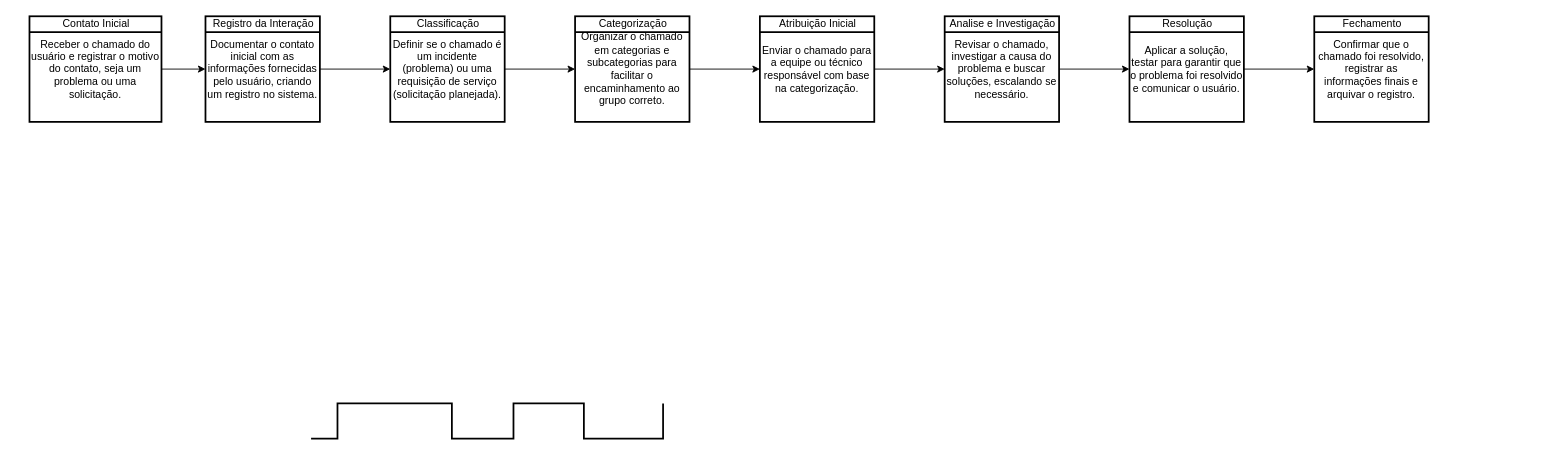
Above: Diagrama sem nome.drawio in dfonsecafoz/ProjetoLEAN (draw.io), before the change. Source tidied: cells renumbered, new cells numbered last; positions are measured from the earlier drawing's top-left corner, leaving out a move shared by most shapes. Both pictures are drawn from the tidied source at 88%, with x=0, y=0 at pixel (29, 16).
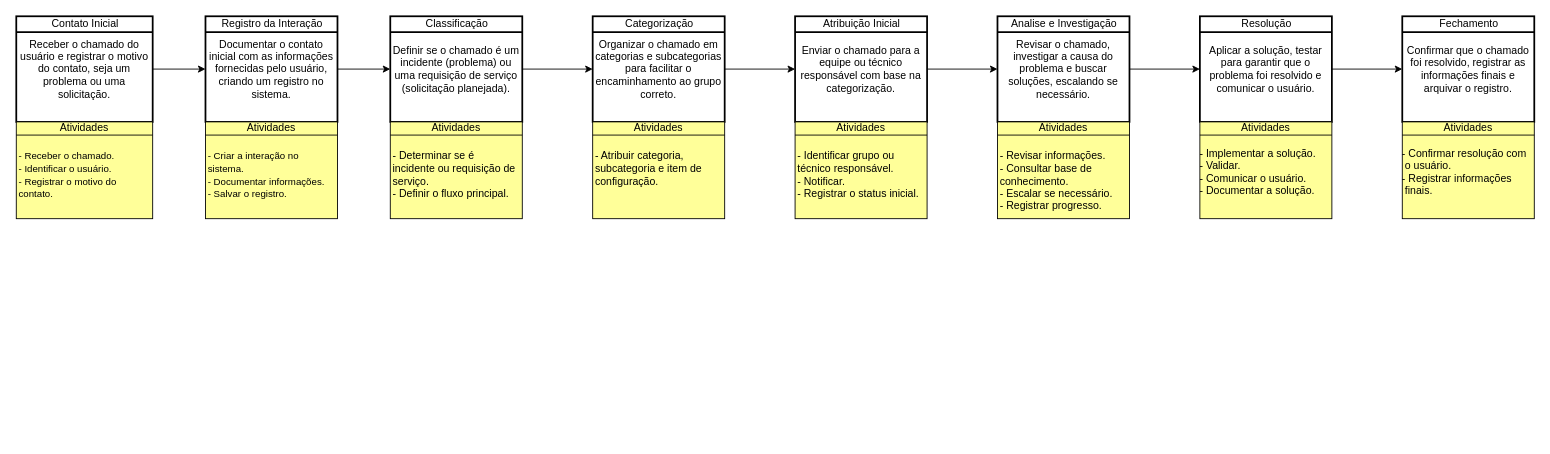
The same diagram, later.

The edit, as a diff of the source:
```diff
@@
     <mxCell id="3" value="Receber o chamado do usuário e registrar o motivo do contato, seja um problema ou uma solicitação." style="strokeWidth=2;html=1;shape=mxgraph.lean_mapping.manufacturing_process;fontSize=12;verticalAlign=middle;html=1;align=center;whiteSpace=wrap;" parent="1" vertex="1">
-      <mxGeometry width="150" height="120" as="geometry" />
+      <mxGeometry x="-15" width="155" height="120" as="geometry" />
     </mxCell>
     <mxCell id="4" value="Contato Inicial" style="text;fontSize=12;spacingLeft=2;verticalAlign=top;html=1;align=center;spacingTop=-5;whiteSpace=wrap;" parent="3" vertex="1">
-      <mxGeometry width="150" height="22.3" as="geometry" />
+      <mxGeometry width="155" height="22.3" as="geometry" />
     </mxCell>
-    <mxCell id="5" style="verticalLabelPosition=bottom;html=1;verticalAlign=top;strokeWidth=2;shape=mxgraph.lean_mapping.timeline2;dx1=0;dy1=1;dx2=30;dy2=0;dx3=160;dy3=1;dx4=230;dy4=0;dx5=310;dy5=1;dy6=0;" parent="1" vertex="1">
-      <mxGeometry x="320" y="440" width="400" height="40" as="geometry" />
-    </mxCell>
@@
     <mxCell id="7" value="Documentar o contato inicial com as informações fornecidas pelo usuário, criando um registro no sistema." style="strokeWidth=2;html=1;shape=mxgraph.lean_mapping.manufacturing_process;fontSize=12;verticalAlign=middle;html=1;align=center;whiteSpace=wrap;" parent="1" vertex="1">
-      <mxGeometry x="200" width="130" height="120" as="geometry" />
+      <mxGeometry x="200" width="150" height="120" as="geometry" />
     </mxCell>
     <mxCell id="8" value="Registro da Interação" style="text;fontSize=12;spacingLeft=2;verticalAlign=top;html=1;align=center;spacingTop=-5;whiteSpace=wrap;" parent="7" vertex="1">
-      <mxGeometry width="130" height="22.3" as="geometry" />
+      <mxGeometry width="150" height="22.3" as="geometry" />
     </mxCell>
@@
     <mxCell id="10" value="Definir se o chamado é um incidente (problema) ou uma requisição de serviço (solicitação planejada)." style="strokeWidth=2;html=1;shape=mxgraph.lean_mapping.manufacturing_process;fontSize=12;verticalAlign=middle;html=1;align=center;whiteSpace=wrap;" parent="1" vertex="1">
-      <mxGeometry x="410" width="130" height="120" as="geometry" />
+      <mxGeometry x="410" width="150" height="120" as="geometry" />
     </mxCell>
     <mxCell id="11" value="Classificação" style="text;fontSize=12;spacingLeft=2;verticalAlign=top;html=1;align=center;spacingTop=-5;whiteSpace=wrap;" parent="10" vertex="1">
-      <mxGeometry width="130" height="22.3" as="geometry" />
+      <mxGeometry width="150" height="22.3" as="geometry" />
     </mxCell>
@@
     <mxCell id="13" value="Organizar o chamado em categorias e subcategorias para facilitar o encaminhamento ao grupo correto." style="strokeWidth=2;html=1;shape=mxgraph.lean_mapping.manufacturing_process;fontSize=12;verticalAlign=middle;html=1;align=center;whiteSpace=wrap;" parent="1" vertex="1">
-      <mxGeometry x="620" width="130" height="120" as="geometry" />
+      <mxGeometry x="640" width="150" height="120" as="geometry" />
     </mxCell>
     <mxCell id="14" value="Categorização" style="text;fontSize=12;spacingLeft=2;verticalAlign=top;html=1;align=center;spacingTop=-5;whiteSpace=wrap;" parent="13" vertex="1">
-      <mxGeometry width="130" height="22.3" as="geometry" />
+      <mxGeometry width="150" height="22.3" as="geometry" />
     </mxCell>
@@
     <mxCell id="16" value="&lt;p&gt;Enviar o chamado para a equipe ou técnico responsável com base na categorização.&lt;/p&gt;" style="strokeWidth=2;html=1;shape=mxgraph.lean_mapping.manufacturing_process;fontSize=12;verticalAlign=middle;html=1;align=center;whiteSpace=wrap;" parent="1" vertex="1">
-      <mxGeometry x="830" width="130" height="120" as="geometry" />
+      <mxGeometry x="870" width="150" height="120" as="geometry" />
     </mxCell>
     <mxCell id="17" value="Atribuição Inicial&lt;div&gt;&lt;br&gt;&lt;/div&gt;" style="text;fontSize=12;spacingLeft=2;verticalAlign=top;html=1;align=center;spacingTop=-5;whiteSpace=wrap;" parent="16" vertex="1">
-      <mxGeometry width="130" height="22.3" as="geometry" />
+      <mxGeometry width="150" height="22.3" as="geometry" />
     </mxCell>
@@
     <mxCell id="19" value="Revisar o chamado, investigar a causa do problema e buscar soluções, escalando se necessário." style="strokeWidth=2;html=1;shape=mxgraph.lean_mapping.manufacturing_process;fontSize=12;verticalAlign=middle;html=1;align=center;whiteSpace=wrap;" parent="1" vertex="1">
-      <mxGeometry x="1040" width="130" height="120" as="geometry" />
+      <mxGeometry x="1100" width="150" height="120" as="geometry" />
     </mxCell>
     <mxCell id="20" value="&lt;div&gt;Analise e Investigação&lt;/div&gt;" style="text;fontSize=12;spacingLeft=2;verticalAlign=top;html=1;align=center;spacingTop=-5;whiteSpace=wrap;" parent="19" vertex="1">
-      <mxGeometry width="130" height="22.3" as="geometry" />
+      <mxGeometry width="150" height="22.3" as="geometry" />
     </mxCell>
@@
     <mxCell id="22" value="Aplicar a solução, testar para garantir que o problema foi resolvido e comunicar o usuário." style="strokeWidth=2;html=1;shape=mxgraph.lean_mapping.manufacturing_process;fontSize=12;verticalAlign=middle;html=1;align=center;whiteSpace=wrap;" parent="1" vertex="1">
-      <mxGeometry x="1250" width="130" height="120" as="geometry" />
+      <mxGeometry x="1330" width="150" height="120" as="geometry" />
     </mxCell>
     <mxCell id="23" value="&lt;div&gt;Resolução&lt;/div&gt;" style="text;fontSize=12;spacingLeft=2;verticalAlign=top;html=1;align=center;spacingTop=-5;whiteSpace=wrap;" parent="22" vertex="1">
-      <mxGeometry width="130" height="22.3" as="geometry" />
+      <mxGeometry width="150" height="22.3" as="geometry" />
     </mxCell>
     <mxCell id="24" value="Confirmar que o chamado foi resolvido, registrar as informações finais e arquivar o registro." style="strokeWidth=2;html=1;shape=mxgraph.lean_mapping.manufacturing_process;fontSize=12;verticalAlign=middle;html=1;align=center;whiteSpace=wrap;" parent="1" vertex="1">
-      <mxGeometry x="1460" width="130" height="120" as="geometry" />
+      <mxGeometry x="1560" width="150" height="120" as="geometry" />
     </mxCell>
     <mxCell id="25" value="&lt;div&gt;Fechamento&lt;/div&gt;" style="text;fontSize=12;spacingLeft=2;verticalAlign=top;html=1;align=center;spacingTop=-5;whiteSpace=wrap;" parent="24" vertex="1">
-      <mxGeometry width="130" height="22.3" as="geometry" />
+      <mxGeometry width="150" height="22.3" as="geometry" />
     </mxCell>
+    <mxCell id="26" value="Atividades&lt;br&gt;&lt;div&gt;&lt;br&gt;&lt;/div&gt;&lt;table style=&quot;text-align: left;&quot;&gt;&lt;tbody&gt;&lt;tr&gt;&lt;td&gt;&lt;div style=&quot;text-align: left;&quot;&gt;&lt;font style=&quot;font-size: 11px;&quot;&gt;&lt;span style=&quot;background-color: initial;&quot;&gt;- Criar a interação no sistema.&lt;br&gt;&lt;/span&gt;&lt;span style=&quot;background-color: initial;&quot;&gt;- Documentar informações.&lt;br&gt;&lt;/span&gt;&lt;/font&gt;&lt;span style=&quot;font-size: 11px; background-color: initial;&quot;&gt;- Salvar o registro.&lt;/span&gt;&lt;/div&gt;&lt;/td&gt;&lt;/tr&gt;&lt;/tbody&gt;&lt;/table&gt;&lt;table style=&quot;text-align: left;&quot;&gt;&lt;tbody&gt;&lt;tr&gt;&lt;td&gt;&lt;/td&gt;&lt;/tr&gt;&lt;/tbody&gt;&lt;/table&gt;" style="html=1;whiteSpace=wrap;fillColor=#ffff99;shape=mxgraph.archimate3.businessObject;overflow=fill;align=center;" parent="1" vertex="1">
+      <mxGeometry x="200" y="120" width="150" height="110" as="geometry" />
+    </mxCell>
+    <mxCell id="27" value="Atividades&lt;br&gt;&lt;div&gt;&lt;br&gt;&lt;/div&gt;&lt;table style=&quot;text-align: left;&quot;&gt;&lt;tbody&gt;&lt;tr&gt;&lt;td&gt;&lt;div style=&quot;text-align: left;&quot;&gt;&lt;font style=&quot;&quot;&gt;&lt;span style=&quot;background-color: initial;&quot;&gt;&lt;span style=&quot;font-size: 11px;&quot;&gt;- Receber o chamado.&lt;/span&gt;&lt;/span&gt;&lt;/font&gt;&lt;/div&gt;&lt;div style=&quot;text-align: left;&quot;&gt;&lt;font style=&quot;&quot;&gt;&lt;span style=&quot;background-color: initial;&quot;&gt;&lt;span style=&quot;font-size: 11px;&quot;&gt;- Identificar o usuário.&lt;br&gt;- Registrar o motivo do contato.&lt;/span&gt;&lt;/span&gt;&lt;/font&gt;&lt;/div&gt;&lt;/td&gt;&lt;/tr&gt;&lt;/tbody&gt;&lt;/table&gt;" style="html=1;whiteSpace=wrap;fillColor=#ffff99;shape=mxgraph.archimate3.businessObject;overflow=fill;align=center;" parent="1" vertex="1">
+      <mxGeometry x="-15" y="120" width="155" height="110" as="geometry" />
+    </mxCell>
+    <mxCell id="28" value="Atividades&lt;br&gt;&lt;div&gt;&lt;br&gt;&lt;/div&gt;&lt;table style=&quot;text-align: left;&quot;&gt;&lt;tbody&gt;&lt;tr&gt;&lt;td&gt;&lt;div style=&quot;text-align: left;&quot;&gt;&lt;div&gt;- Determinar se é incidente ou requisição de serviço.&lt;br&gt;- Definir o fluxo principal.&lt;/div&gt;&lt;div&gt;&lt;br&gt;&lt;/div&gt;&lt;/div&gt;&lt;/td&gt;&lt;/tr&gt;&lt;/tbody&gt;&lt;/table&gt;&lt;table style=&quot;text-align: left;&quot;&gt;&lt;tbody&gt;&lt;tr&gt;&lt;td&gt;&lt;/td&gt;&lt;/tr&gt;&lt;/tbody&gt;&lt;/table&gt;" style="html=1;whiteSpace=wrap;fillColor=#ffff99;shape=mxgraph.archimate3.businessObject;overflow=fill;align=center;" parent="1" vertex="1">
+      <mxGeometry x="410" y="120" width="150" height="110" as="geometry" />
+    </mxCell>
+    <mxCell id="29" value="Atividades&lt;br&gt;&lt;div&gt;&lt;br&gt;&lt;/div&gt;&lt;table style=&quot;text-align: left;&quot;&gt;&lt;tbody&gt;&lt;tr&gt;&lt;td&gt;&lt;div style=&quot;text-align: left;&quot;&gt;&lt;div&gt;- Atribuir categoria, subcategoria e item de configuração.&lt;/div&gt;&lt;div&gt;&lt;br&gt;&lt;/div&gt;&lt;/div&gt;&lt;/td&gt;&lt;/tr&gt;&lt;/tbody&gt;&lt;/table&gt;&lt;table style=&quot;text-align: left;&quot;&gt;&lt;tbody&gt;&lt;tr&gt;&lt;td&gt;&lt;/td&gt;&lt;/tr&gt;&lt;/tbody&gt;&lt;/table&gt;" style="html=1;whiteSpace=wrap;fillColor=#ffff99;shape=mxgraph.archimate3.businessObject;overflow=fill;align=center;" parent="1" vertex="1">
+      <mxGeometry x="640" y="120" width="150" height="110" as="geometry" />
+    </mxCell>
+    <mxCell id="30" value="Atividades&lt;br&gt;&lt;div&gt;&lt;br&gt;&lt;/div&gt;&lt;table style=&quot;text-align: left;&quot;&gt;&lt;tbody&gt;&lt;tr&gt;&lt;td&gt;&lt;div style=&quot;text-align: left;&quot;&gt;&lt;div&gt;&lt;div&gt;- Identificar grupo ou técnico responsável.&lt;br&gt;- Notificar.&lt;br&gt;- Registrar o status inicial.&lt;/div&gt;&lt;/div&gt;&lt;div&gt;&lt;br&gt;&lt;/div&gt;&lt;/div&gt;&lt;/td&gt;&lt;/tr&gt;&lt;/tbody&gt;&lt;/table&gt;&lt;table style=&quot;text-align: left;&quot;&gt;&lt;tbody&gt;&lt;tr&gt;&lt;td&gt;&lt;/td&gt;&lt;/tr&gt;&lt;/tbody&gt;&lt;/table&gt;" style="html=1;whiteSpace=wrap;fillColor=#ffff99;shape=mxgraph.archimate3.businessObject;overflow=fill;align=center;" parent="1" vertex="1">
+      <mxGeometry x="870" y="120" width="150" height="110" as="geometry" />
+    </mxCell>
+    <mxCell id="31" value="Atividades&lt;br&gt;&lt;div&gt;&lt;br&gt;&lt;/div&gt;&lt;table style=&quot;text-align: left;&quot;&gt;&lt;tbody&gt;&lt;tr&gt;&lt;td&gt;&lt;div style=&quot;text-align: left;&quot;&gt;- Revisar informações.&lt;br&gt;- Consultar base de conhecimento.&lt;br&gt;- Escalar se necessário.&lt;br&gt;- Registrar progresso.&lt;/div&gt;&lt;/td&gt;&lt;/tr&gt;&lt;/tbody&gt;&lt;/table&gt;" style="html=1;whiteSpace=wrap;fillColor=#ffff99;shape=mxgraph.archimate3.businessObject;overflow=fill;align=center;" parent="1" vertex="1">
+      <mxGeometry x="1100" y="120" width="150" height="110" as="geometry" />
+    </mxCell>
+    <mxCell id="32" value="Atividades&lt;br&gt;&lt;div&gt;&lt;br&gt;&lt;/div&gt;&lt;div style=&quot;text-align: left;&quot;&gt;- Implementar a solução.&lt;/div&gt;&lt;div style=&quot;text-align: left;&quot;&gt;- Validar.&lt;/div&gt;&lt;div style=&quot;text-align: left;&quot;&gt;- Comunicar o usuário.&lt;/div&gt;&lt;div style=&quot;text-align: left;&quot;&gt;- Documentar a solução.&lt;/div&gt;" style="html=1;whiteSpace=wrap;fillColor=#ffff99;shape=mxgraph.archimate3.businessObject;overflow=fill;align=center;" parent="1" vertex="1">
+      <mxGeometry x="1330" y="120" width="150" height="110" as="geometry" />
+    </mxCell>
+    <mxCell id="33" value="Atividades&lt;br&gt;&lt;div&gt;&lt;br&gt;&lt;/div&gt;&lt;div style=&quot;text-align: left;&quot;&gt;-&amp;nbsp;&lt;span style=&quot;background-color: initial;&quot;&gt;Confirmar resolução com&amp;nbsp; &amp;nbsp;o usuário.&lt;/span&gt;&lt;/div&gt;&lt;div style=&quot;text-align: left;&quot;&gt;- Registrar informações&amp;nbsp; &amp;nbsp;finais.&lt;/div&gt;" style="html=1;whiteSpace=wrap;fillColor=#ffff99;shape=mxgraph.archimate3.businessObject;overflow=fill;align=center;" parent="1" vertex="1">
+      <mxGeometry x="1560" y="120" width="150" height="110" as="geometry" />
+    </mxCell>
```
